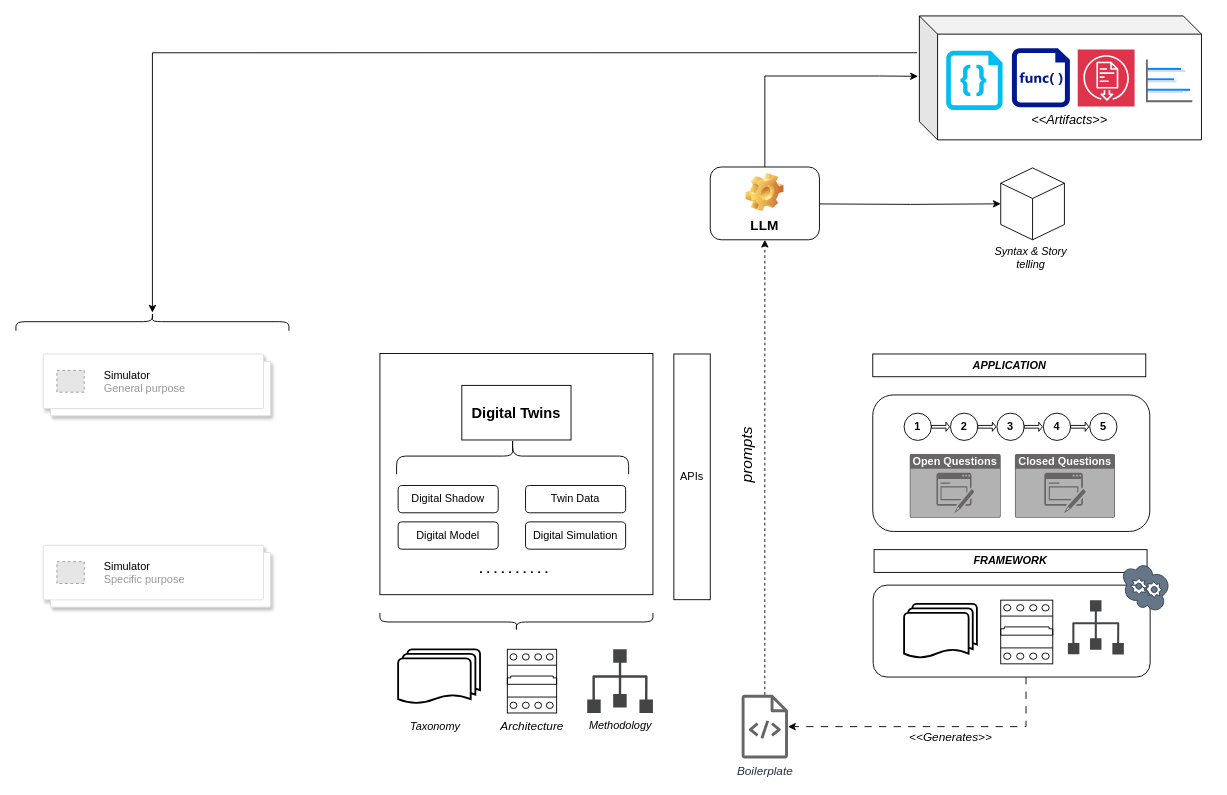
This is drawio/mams/dd-twins/DDTwins_Architecture.drawio from scrodrig/Diagrams, a draw.io file, before an edit. Source tidied: cells renumbered, new cells numbered last; positions are measured from the earlier drawing's top-left corner, leaving out a move shared by most shapes. Both pictures are drawn from the tidied source at 91%, with x=0, y=0 at pixel (43, 15). Pictures stored in the file or linked from it are replaced by grey dashed boxes.
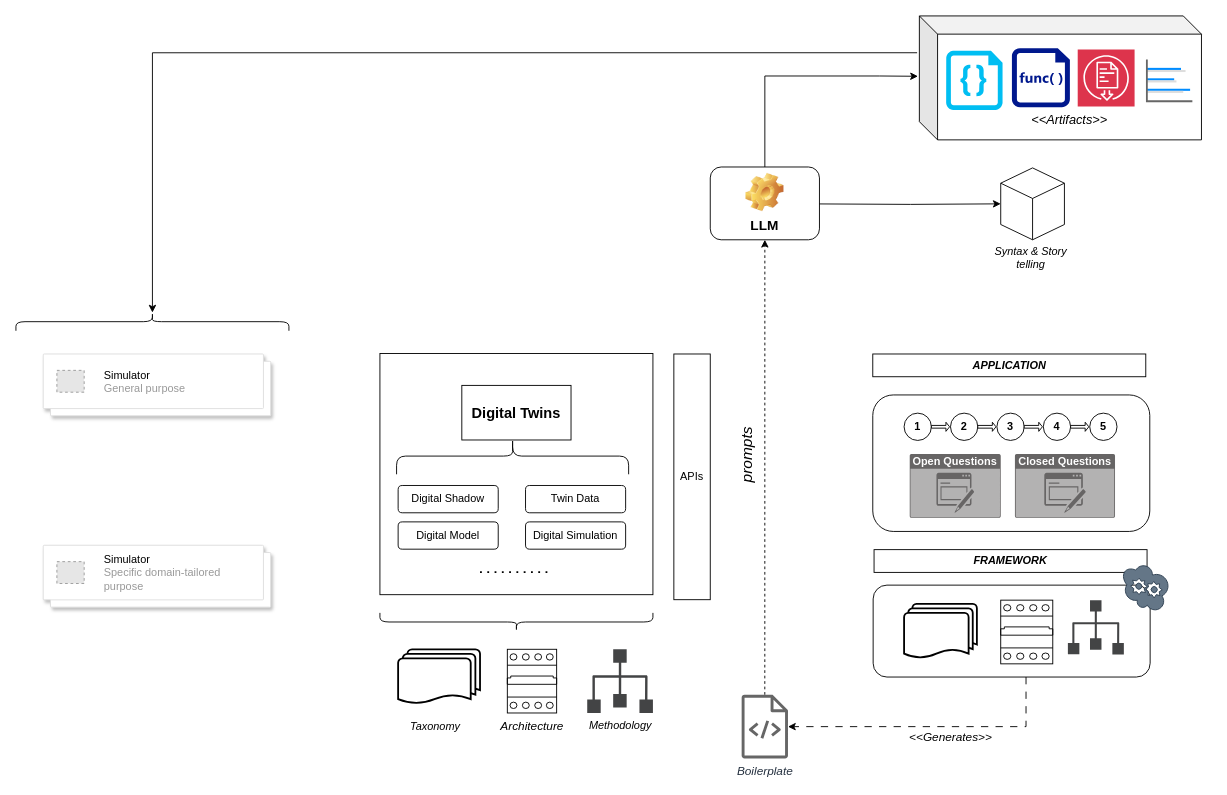
After the change.

The change refers to these unchanged cells:
```xml
<mxCell id="57" style="shape=mxgraph.gcp2.doubleRect;strokeColor=#dddddd;shadow=1;strokeWidth=1;rounded=1;absoluteArcSize=1;arcSize=2;" parent="1" vertex="1">
  <mxGeometry y="581.7" width="250" height="68" as="geometry" />
</mxCell>
```

Change to the diagram source:
```diff
@@
-    <mxCell id="58" value="&lt;font color=&quot;#000000&quot;&gt;Simulator&lt;/font&gt;&lt;br&gt;Specific purpose" style="fillColor=#E6E6E6;strokeColor=#999999;dashed=1;html=1;fontColor=#999999;verticalLabelPosition=middle;verticalAlign=middle;labelPosition=right;align=left;spacingLeft=20;" parent="57" vertex="1">
+    <mxCell id="58" value="&lt;font color=&quot;#000000&quot;&gt;Simulator&lt;/font&gt;&lt;br&gt;Specific domain-tailored&amp;nbsp;&lt;div&gt;purpose&lt;/div&gt;" style="fillColor=#E6E6E6;strokeColor=#999999;dashed=1;html=1;fontColor=#999999;verticalLabelPosition=middle;verticalAlign=middle;labelPosition=right;align=left;spacingLeft=20;" parent="57" vertex="1">
       <mxGeometry width="30" height="24" relative="1" as="geometry">
         <mxPoint x="15" y="18" as="offset" />
       </mxGeometry>
     </mxCell>
```
